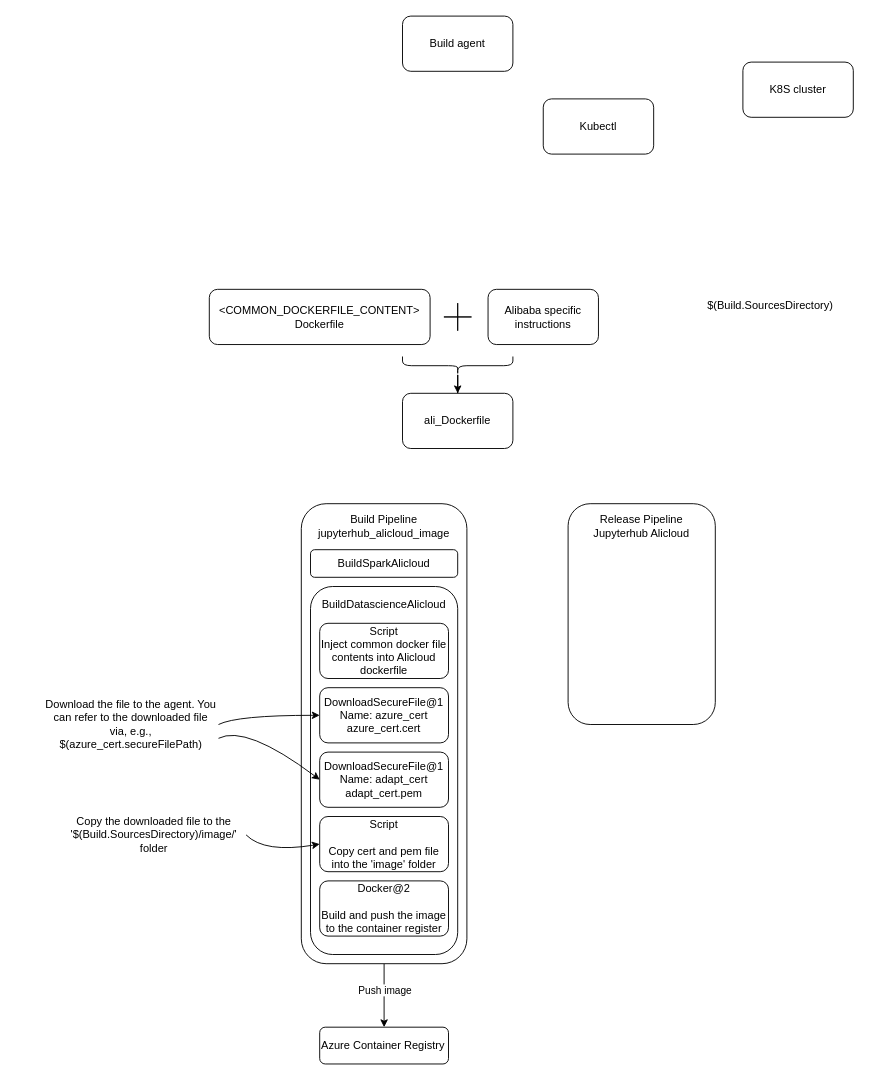
Before: azuredevops.drawio in huangdgm/webstore-v2.0, a draw.io diagram. Source tidied: cells renumbered, new cells numbered last; positions are measured from the earlier drawing's top-left corner, leaving out a move shared by most shapes. Both pictures are drawn from the tidied source at 92%, with x=0, y=0 at pixel (43, 16).
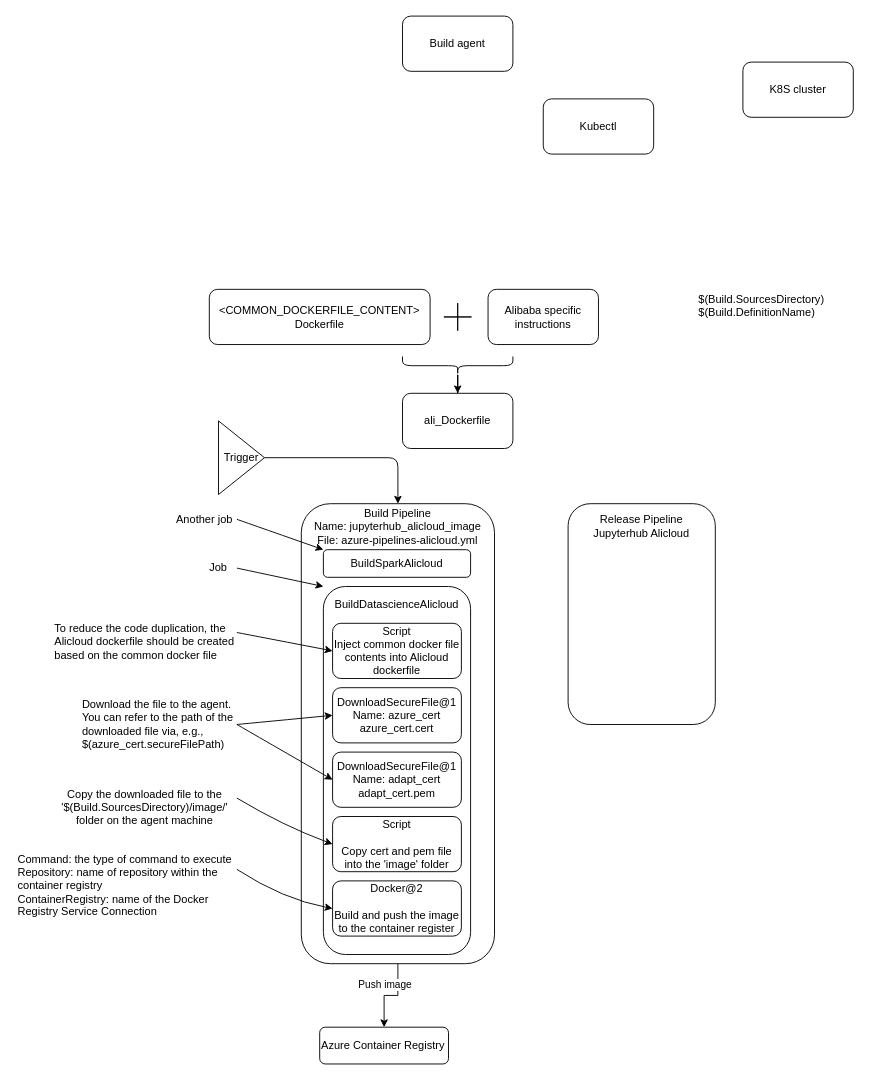
The same diagram, later.

The edit, as a diff of the source:
```diff
@@
     <mxCell id="10" style="rounded=1;whiteSpace=wrap;html=1;" parent="1" vertex="1">
-      <mxGeometry x="280" y="530" width="180" height="500" as="geometry" />
+      <mxGeometry x="280" y="530" width="210" height="500" as="geometry" />
     </mxCell>
-    <mxCell id="11" value="Build Pipeline&lt;br&gt;jupyterhub_alicloud_image" style="text;html=1;strokeColor=none;fillColor=none;align=center;verticalAlign=middle;whiteSpace=wrap;rounded=0;" parent="1" vertex="1">
-      <mxGeometry x="290" y="537" width="160" height="35" as="geometry" />
+    <mxCell id="11" value="Build Pipeline&lt;br&gt;Name: jupyterhub_alicloud_image&lt;br&gt;File:&amp;nbsp;azure-pipelines-alicloud.yml" style="text;html=1;strokeColor=none;fillColor=none;align=center;verticalAlign=middle;whiteSpace=wrap;rounded=0;" parent="1" vertex="1">
+      <mxGeometry x="290" y="537" width="190" height="35" as="geometry" />
     </mxCell>
@@
-    <mxCell id="18" value="$(Build.SourcesDirectory)" style="text;html=1;strokeColor=none;fillColor=none;align=center;verticalAlign=middle;whiteSpace=wrap;rounded=0;" parent="1" vertex="1">
+    <mxCell id="18" value="$(Build.SourcesDirectory)&lt;br&gt;$(Build.DefinitionName)" style="text;html=1;strokeColor=none;fillColor=none;align=left;verticalAlign=middle;whiteSpace=wrap;rounded=0;" parent="1" vertex="1">
       <mxGeometry x="710" y="240" width="160" height="150" as="geometry" />
     </mxCell>
     <mxCell id="19" value="BuildSparkAlicloud" style="rounded=1;whiteSpace=wrap;html=1;" parent="1" vertex="1">
-      <mxGeometry x="290" y="580" width="160" height="30" as="geometry" />
+      <mxGeometry x="304" y="580" width="160" height="30" as="geometry" />
     </mxCell>
     <mxCell id="20" style="rounded=1;whiteSpace=wrap;html=1;" parent="1" vertex="1">
-      <mxGeometry x="290" y="620" width="160" height="400" as="geometry" />
+      <mxGeometry x="304" y="620" width="160" height="400" as="geometry" />
     </mxCell>
     <mxCell id="21" value="BuildDatascienceAlicloud" style="text;html=1;strokeColor=none;fillColor=none;align=center;verticalAlign=middle;whiteSpace=wrap;rounded=0;" parent="1" vertex="1">
-      <mxGeometry x="350" y="630" width="40" height="20" as="geometry" />
+      <mxGeometry x="364" y="630" width="40" height="20" as="geometry" />
     </mxCell>
     <mxCell id="22" value="Script&lt;br&gt;Inject common docker file contents into Alicloud dockerfile" style="rounded=1;whiteSpace=wrap;html=1;" parent="1" vertex="1">
-      <mxGeometry x="300" y="660" width="140" height="60" as="geometry" />
+      <mxGeometry x="314" y="660" width="140" height="60" as="geometry" />
     </mxCell>
     <mxCell id="23" value="DownloadSecureFile@1&lt;br&gt;Name: azure_cert&lt;br&gt;azure_cert.cert" style="rounded=1;whiteSpace=wrap;html=1;" parent="1" vertex="1">
-      <mxGeometry x="300" y="730" width="140" height="60" as="geometry" />
+      <mxGeometry x="314" y="730" width="140" height="60" as="geometry" />
     </mxCell>
     <mxCell id="24" value="DownloadSecureFile@1&lt;br&gt;Name: adapt_cert&lt;br&gt;adapt_cert.pem" style="rounded=1;whiteSpace=wrap;html=1;" parent="1" vertex="1">
-      <mxGeometry x="300" y="800" width="140" height="60" as="geometry" />
+      <mxGeometry x="314" y="800" width="140" height="60" as="geometry" />
     </mxCell>
     <mxCell id="25" value="Script&lt;br&gt;&lt;br&gt;Copy cert and pem file into the 'image' folder" style="rounded=1;whiteSpace=wrap;html=1;" parent="1" vertex="1">
-      <mxGeometry x="300" y="870" width="140" height="60" as="geometry" />
+      <mxGeometry x="314" y="870" width="140" height="60" as="geometry" />
     </mxCell>
     <mxCell id="26" value="Docker@2&lt;br&gt;&lt;br&gt;Build and push the image to the container register" style="rounded=1;whiteSpace=wrap;html=1;" parent="1" vertex="1">
-      <mxGeometry x="300" y="940" width="140" height="60" as="geometry" />
+      <mxGeometry x="314" y="940" width="140" height="60" as="geometry" />
     </mxCell>
-    <mxCell id="27" value="Download the file to the agent. You can refer to the downloaded file via, e.g., $(azure_cert.secureFilePath)" style="text;html=1;strokeColor=none;fillColor=none;align=center;verticalAlign=middle;whiteSpace=wrap;rounded=0;" parent="1" vertex="1">
-      <mxGeometry y="740" width="190" height="60" as="geometry" />
+    <mxCell id="27" value="Download the file to the agent. You can refer to the path of the downloaded file via, e.g., $(azure_cert.secureFilePath)" style="text;html=1;strokeColor=none;fillColor=none;align=left;verticalAlign=middle;whiteSpace=wrap;rounded=0;" parent="1" vertex="1">
+      <mxGeometry x="40" y="740" width="170" height="60" as="geometry" />
     </mxCell>
     <mxCell id="28" style="curved=1;endArrow=classic;html=1;exitX=1;exitY=0.5;exitDx=0;exitDy=0;entryX=0;entryY=0.5;entryDx=0;entryDy=0;" parent="1" edge="1" source="27" target="23">
-      <mxGeometry relative="1" as="geometry">
-        <Array as="points">
-          <mxPoint x="210" y="760" />
-        </Array>
-      </mxGeometry>
+      <mxGeometry relative="1" as="geometry" />
     </mxCell>
-    <mxCell id="29" style="curved=1;endArrow=classic;html=1;exitX=1;exitY=0.75;exitDx=0;exitDy=0;entryX=0;entryY=0.5;entryDx=0;entryDy=0;" parent="1" edge="1" source="27" target="24">
-      <mxGeometry relative="1" as="geometry">
-        <Array as="points">
-          <mxPoint x="220" y="770" />
-        </Array>
-      </mxGeometry>
+    <mxCell id="29" style="curved=1;endArrow=classic;html=1;exitX=1;exitY=0.5;exitDx=0;exitDy=0;entryX=0;entryY=0.5;entryDx=0;entryDy=0;" parent="1" edge="1" source="27" target="24">
+      <mxGeometry relative="1" as="geometry" />
     </mxCell>
-    <mxCell id="30" value="Copy the downloaded file to the '$(Build.SourcesDirectory)/image/' folder" style="text;html=1;strokeColor=none;fillColor=none;align=center;verticalAlign=middle;whiteSpace=wrap;rounded=0;" parent="1" vertex="1">
-      <mxGeometry x="20" y="870" width="200" height="40" as="geometry" />
+    <mxCell id="30" value="Copy the downloaded file to the '$(Build.SourcesDirectory)/image/' folder on the agent machine" style="text;html=1;strokeColor=none;fillColor=none;align=center;verticalAlign=middle;whiteSpace=wrap;rounded=0;" parent="1" vertex="1">
+      <mxGeometry x="10" y="840" width="200" height="40" as="geometry" />
     </mxCell>
-    <mxCell id="31" style="curved=1;endArrow=classic;html=1;exitX=1;exitY=0.5;exitDx=0;exitDy=0;entryX=0;entryY=0.5;entryDx=0;entryDy=0;" parent="1" edge="1" source="30" target="25">
+    <mxCell id="31" style="curved=1;endArrow=classic;html=1;exitX=1;exitY=0.25;exitDx=0;exitDy=0;entryX=0;entryY=0.5;entryDx=0;entryDy=0;" parent="1" edge="1" source="30" target="25">
       <mxGeometry relative="1" as="geometry">
         <Array as="points">
-          <mxPoint x="240" y="910" />
+          <mxPoint x="260" y="880" />
         </Array>
       </mxGeometry>
     </mxCell>
+    <mxCell id="32" value="Trigger" style="triangle;whiteSpace=wrap;html=1;" parent="1" vertex="1">
+      <mxGeometry x="190" y="440" width="50" height="80" as="geometry" />
+    </mxCell>
+    <mxCell id="33" style="endArrow=classic;html=1;exitX=1;exitY=0.5;exitDx=0;exitDy=0;entryX=0.5;entryY=0;entryDx=0;entryDy=0;" parent="1" edge="1" source="32" target="10">
+      <mxGeometry relative="1" as="geometry">
+        <Array as="points">
+          <mxPoint x="385" y="480" />
+        </Array>
+      </mxGeometry>
+    </mxCell>
+    <mxCell id="34" value="Command: the type of command to execute&lt;br&gt;Repository: name of repository within the container registry&lt;br&gt;ContainerRegistry: name of the Docker Registry Service Connection" style="text;html=1;strokeColor=none;fillColor=none;align=left;verticalAlign=middle;whiteSpace=wrap;rounded=0;" parent="1" vertex="1">
+      <mxGeometry x="-30" y="910" width="240" height="70" as="geometry" />
+    </mxCell>
+    <mxCell id="35" style="curved=1;endArrow=classic;html=1;exitX=1;exitY=0.25;exitDx=0;exitDy=0;entryX=0;entryY=0.5;entryDx=0;entryDy=0;" parent="1" edge="1" source="34" target="26">
+      <mxGeometry relative="1" as="geometry">
+        <Array as="points">
+          <mxPoint x="260" y="960" />
+        </Array>
+      </mxGeometry>
+    </mxCell>
+    <mxCell id="36" value="To reduce the code duplication, the Alicloud dockerfile should be created based on the common docker file" style="text;html=1;strokeColor=none;fillColor=none;align=left;verticalAlign=middle;whiteSpace=wrap;rounded=0;" parent="1" vertex="1">
+      <mxGeometry x="10" y="660" width="200" height="40" as="geometry" />
+    </mxCell>
+    <mxCell id="37" style="curved=1;endArrow=classic;html=1;exitX=1;exitY=0.25;exitDx=0;exitDy=0;entryX=0;entryY=0.5;entryDx=0;entryDy=0;" parent="1" edge="1" source="36" target="22">
+      <mxGeometry relative="1" as="geometry" />
+    </mxCell>
+    <mxCell id="38" value="Job" style="text;html=1;strokeColor=none;fillColor=none;align=center;verticalAlign=middle;whiteSpace=wrap;rounded=0;" parent="1" vertex="1">
+      <mxGeometry x="170" y="590" width="40" height="20" as="geometry" />
+    </mxCell>
+    <mxCell id="39" value="Another job" style="text;html=1;strokeColor=none;fillColor=none;align=center;verticalAlign=middle;whiteSpace=wrap;rounded=0;" parent="1" vertex="1">
+      <mxGeometry x="140" y="537" width="70" height="20" as="geometry" />
+    </mxCell>
+    <mxCell id="40" style="curved=1;endArrow=classic;html=1;exitX=1;exitY=0.5;exitDx=0;exitDy=0;entryX=0;entryY=0;entryDx=0;entryDy=0;" parent="1" edge="1" source="38" target="20">
+      <mxGeometry relative="1" as="geometry" />
+    </mxCell>
+    <mxCell id="41" style="curved=1;endArrow=classic;html=1;exitX=1;exitY=0.5;exitDx=0;exitDy=0;entryX=0;entryY=0;entryDx=0;entryDy=0;" parent="1" edge="1" source="39" target="19">
+      <mxGeometry relative="1" as="geometry" />
+    </mxCell>
```
